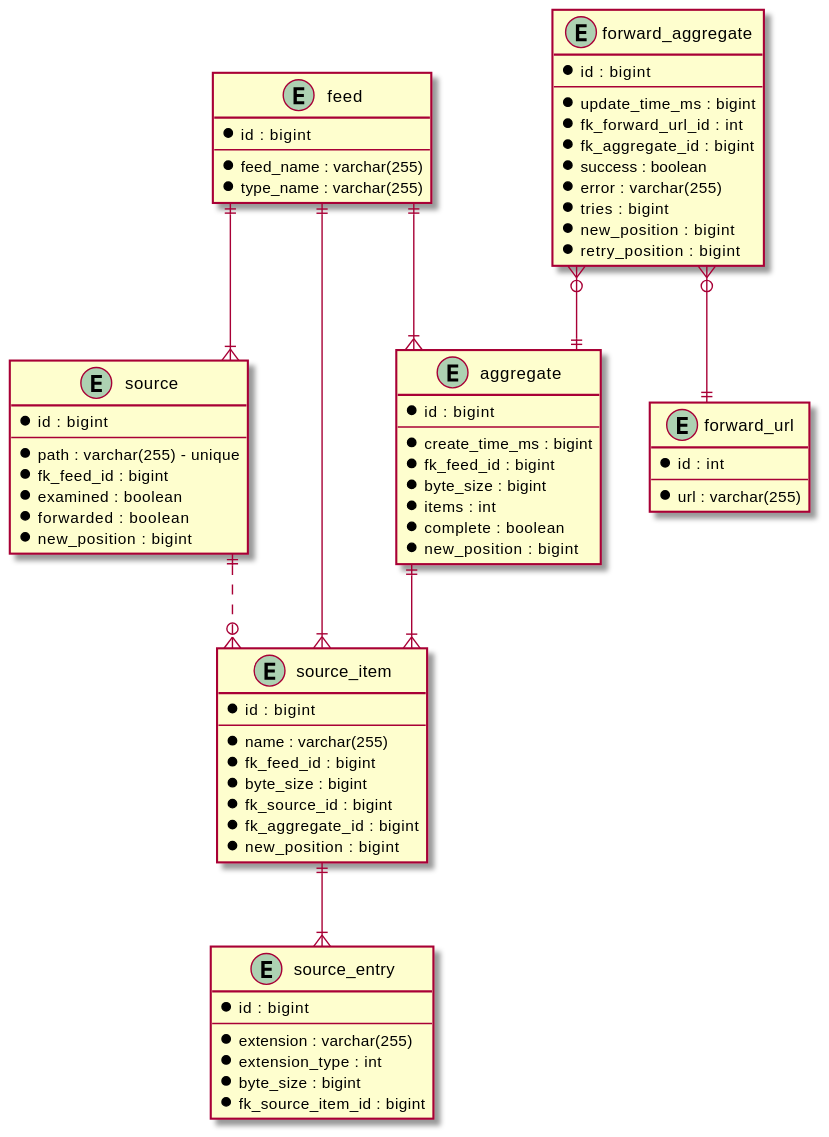
This is stroom-proxy/stroom-proxy-app/doc/forward-aggregate-entity.svg from gchq/stroom, a PlantUML export, as it was before one commit.
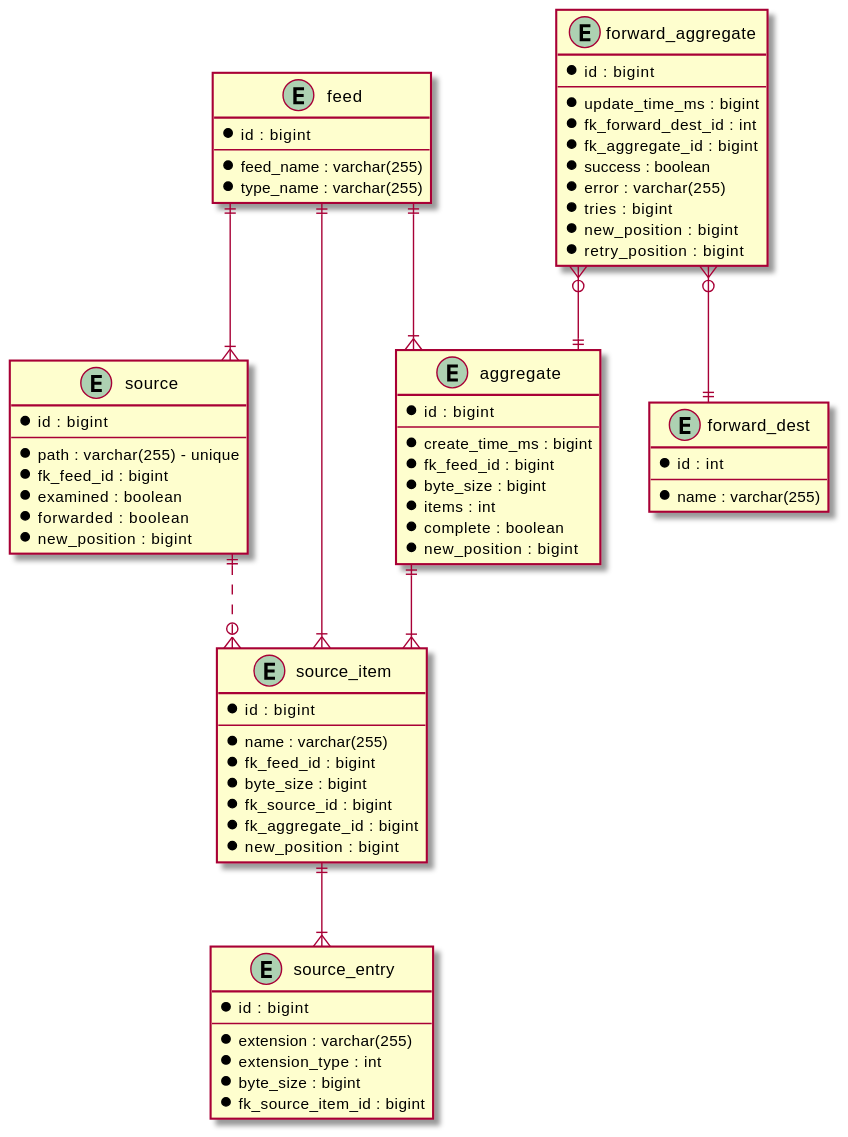
The same diagram one commit later.

Diff of the diagram source:
```diff
@@ -50,17 +50,17 @@
   *new_position : bigint
 }
 
-entity forward_url {
+entity forward_dest {
   *id : int
   --
-  *url : varchar(255)
+  *name : varchar(255)
 }
 
 entity forward_aggregate {
   *id : bigint
   --
   *update_time_ms : bigint
-  *fk_forward_url_id : int
+  *fk_forward_dest_id : int
   *fk_aggregate_id : bigint
   *success : boolean
   *error : varchar(255)
@@ -76,7 +76,7 @@
 source ||..o{ source_item
 source_item ||--|{ source_entry
 aggregate ||--|{ source_item
-forward_aggregate }o--|| forward_url
+forward_aggregate }o--|| forward_dest
 forward_aggregate }o--|| aggregate
 
 @enduml
```
